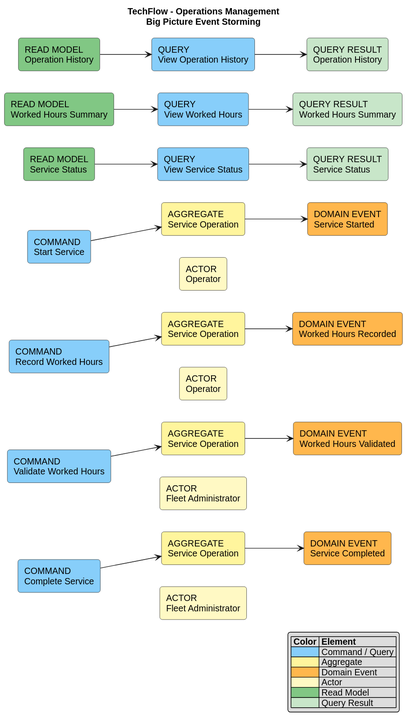
TechnoLoad-TechFlow/TechFlow keeps this PlantUML diagram as assets/architecture/event-storming-rendered/operations-management-design-level.svg. Above is the earlier version. The source it was exported from:
```plantuml
@startuml
title TechFlow - Operations Management\nBig Picture Event Storming

left to right direction
skinparam shadowing false
skinparam roundcorner 8
skinparam defaultFontName Arial


rectangle "COMMAND\nStart Service" as CMD_START #87CEFA
rectangle "AGGREGATE\nService Operation" as AGG_START #FFF59D
rectangle "ACTOR\nOperator" as ACT_START #FFF9C4
rectangle "COMMAND\nRecord Worked Hours" as CMD_RECORD_HOURS #87CEFA
rectangle "AGGREGATE\nService Operation" as AGG_RECORD_HOURS #FFF59D
rectangle "ACTOR\nOperator" as ACT_RECORD_HOURS #FFF9C4
rectangle "COMMAND\nValidate Worked Hours" as CMD_VALIDATE_HOURS #87CEFA
rectangle "AGGREGATE\nService Operation" as AGG_VALIDATE_HOURS #FFF59D
rectangle "ACTOR\nFleet Administrator" as ACT_VALIDATE_HOURS #FFF9C4
rectangle "COMMAND\nComplete Service" as CMD_COMPLETE #87CEFA
rectangle "AGGREGATE\nService Operation" as AGG_COMPLETE #FFF59D
rectangle "ACTOR\nFleet Administrator" as ACT_COMPLETE #FFF9C4

rectangle "DOMAIN EVENT\nService Started" as EVT_STARTED #FFB74D
rectangle "DOMAIN EVENT\nWorked Hours Recorded" as EVT_HOURS_RECORDED #FFB74D
rectangle "DOMAIN EVENT\nWorked Hours Validated" as EVT_HOURS_VALIDATED #FFB74D
rectangle "DOMAIN EVENT\nService Completed" as EVT_COMPLETED #FFB74D

rectangle "READ MODEL\nService Status" as READ_STATUS #81C784
rectangle "QUERY\nView Service Status" as QUERY_STATUS #87CEFA
rectangle "QUERY RESULT\nService Status" as RESULT_STATUS #C8E6C9

rectangle "READ MODEL\nWorked Hours Summary" as READ_HOURS #81C784
rectangle "QUERY\nView Worked Hours" as QUERY_HOURS #87CEFA
rectangle "QUERY RESULT\nWorked Hours Summary" as RESULT_HOURS #C8E6C9

rectangle "READ MODEL\nOperation History" as READ_HISTORY #81C784
rectangle "QUERY\nView Operation History" as QUERY_HISTORY #87CEFA
rectangle "QUERY RESULT\nOperation History" as RESULT_HISTORY #C8E6C9


CMD_START --> AGG_START
AGG_START --> EVT_STARTED
ACT_START -[hidden]up-> CMD_START

CMD_RECORD_HOURS --> AGG_RECORD_HOURS
AGG_RECORD_HOURS --> EVT_HOURS_RECORDED
ACT_RECORD_HOURS -[hidden]up-> CMD_RECORD_HOURS

CMD_VALIDATE_HOURS --> AGG_VALIDATE_HOURS
AGG_VALIDATE_HOURS --> EVT_HOURS_VALIDATED
ACT_VALIDATE_HOURS -[hidden]up-> CMD_VALIDATE_HOURS

CMD_COMPLETE --> AGG_COMPLETE
AGG_COMPLETE --> EVT_COMPLETED
ACT_COMPLETE -[hidden]up-> CMD_COMPLETE


READ_STATUS --> QUERY_STATUS
QUERY_STATUS --> RESULT_STATUS
READ_HOURS --> QUERY_HOURS
QUERY_HOURS --> RESULT_HOURS
READ_HISTORY --> QUERY_HISTORY
QUERY_HISTORY --> RESULT_HISTORY

legend right
|= Color |= Element |
|<#87CEFA>| Command / Query |
|<#FFF59D>| Aggregate |
|<#FFB74D>| Domain Event |
|<#FFF9C4>| Actor |
|<#81C784>| Read Model |
|<#C8E6C9>| Query Result |
endlegend
@enduml
```
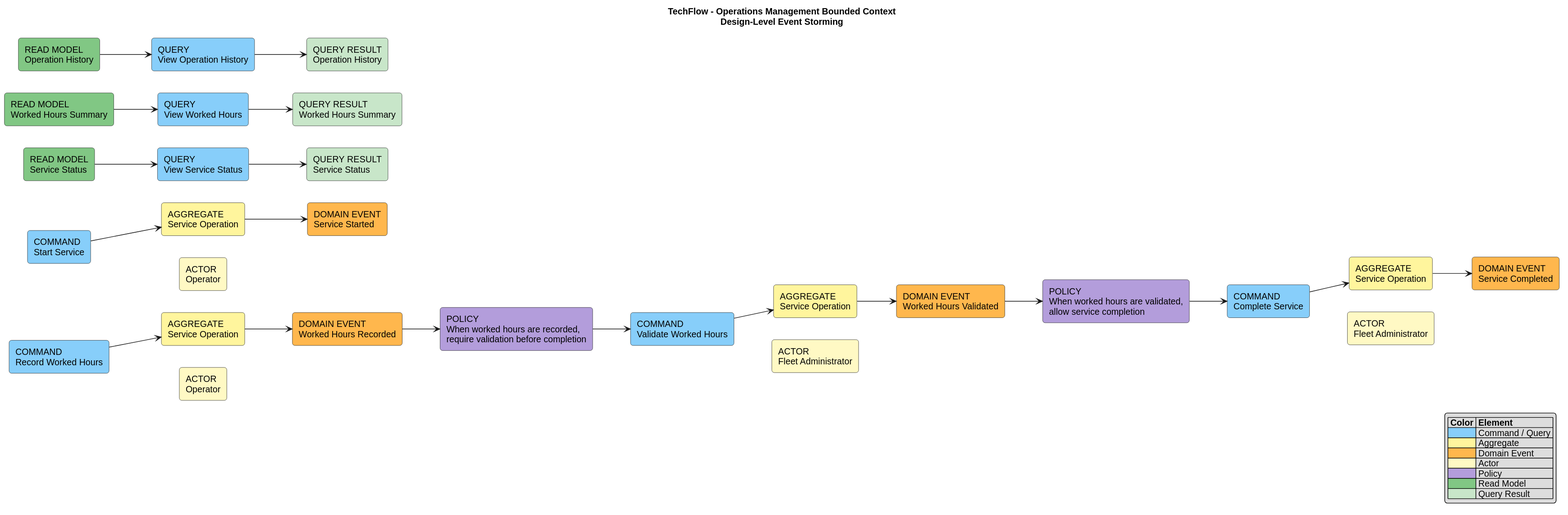
Above is the later version.

What changed in the source:
```diff
@@ -1,5 +1,5 @@
 @startuml
-title TechFlow - Operations Management\nBig Picture Event Storming
+title TechFlow - Operations Management Bounded Context\nDesign-Level Event Storming
 
 left to right direction
 skinparam shadowing false
@@ -24,6 +24,9 @@
 rectangle "DOMAIN EVENT\nWorked Hours Recorded" as EVT_HOURS_RECORDED #FFB74D
 rectangle "DOMAIN EVENT\nWorked Hours Validated" as EVT_HOURS_VALIDATED #FFB74D
 rectangle "DOMAIN EVENT\nService Completed" as EVT_COMPLETED #FFB74D
+
+rectangle "POLICY\nWhen worked hours are recorded,\nrequire validation before completion" as POL_VALIDATE_RECORDED_HOURS #B39DDB
+rectangle "POLICY\nWhen worked hours are validated,\nallow service completion" as POL_COMPLETE_VALIDATED_SERVICE #B39DDB
 
 rectangle "READ MODEL\nService Status" as READ_STATUS #81C784
 rectangle "QUERY\nView Service Status" as QUERY_STATUS #87CEFA
@@ -54,6 +57,12 @@
 AGG_COMPLETE --> EVT_COMPLETED
 ACT_COMPLETE -[hidden]up-> CMD_COMPLETE
 
+EVT_HOURS_RECORDED --> POL_VALIDATE_RECORDED_HOURS
+POL_VALIDATE_RECORDED_HOURS --> CMD_VALIDATE_HOURS
+
+EVT_HOURS_VALIDATED --> POL_COMPLETE_VALIDATED_SERVICE
+POL_COMPLETE_VALIDATED_SERVICE --> CMD_COMPLETE
+
 
 READ_STATUS --> QUERY_STATUS
 QUERY_STATUS --> RESULT_STATUS
@@ -68,6 +77,7 @@
 |<#FFF59D>| Aggregate |
 |<#FFB74D>| Domain Event |
 |<#FFF9C4>| Actor |
+|<#B39DDB>| Policy |
 |<#81C784>| Read Model |
 |<#C8E6C9>| Query Result |
 endlegend
```
